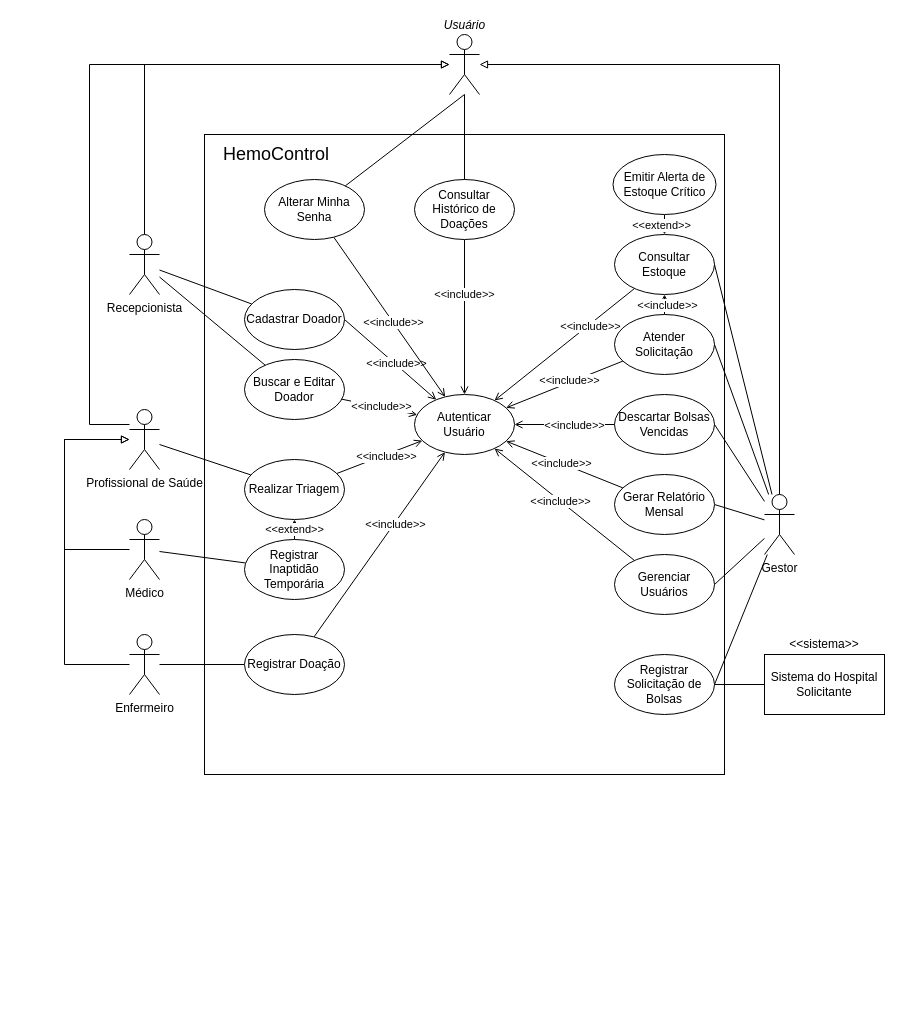
This is docs/casos-de-uso.drawio from Grabiie/hemocontrol, a draw.io file, before an edit. Source tidied: cells renumbered, new cells numbered last; positions are measured from the earlier drawing's top-left corner, leaving out a move shared by most shapes. Both pictures are drawn from the tidied source at 100%, with x=0, y=0 at pixel (64, 34).
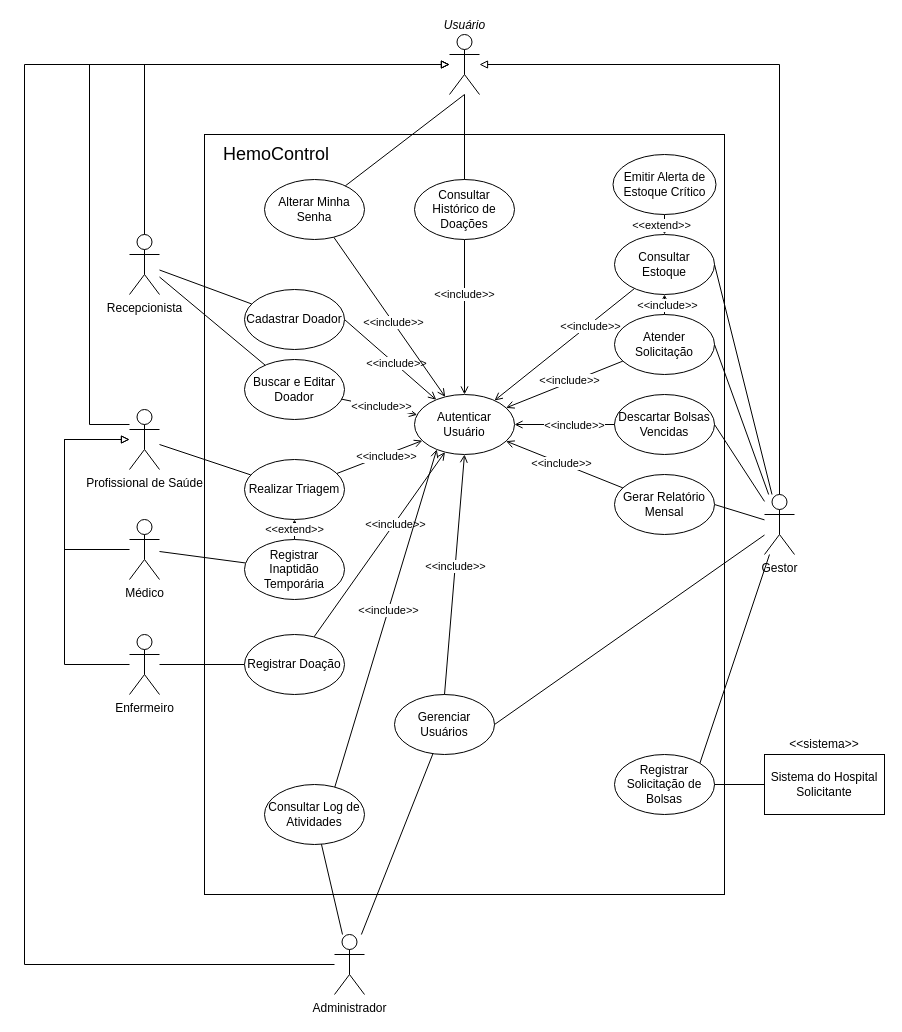
The same page after the edit.

Commit message (it also covers changes not shown here):
docs: adiciona RF-16, RNF-07, RN-12 e o Administrador nos diagramas

Unchanged cells that the change refers to:
```xml
<mxCell id="9" value="Gestor " style="shape=umlActor;verticalLabelPosition=bottom;verticalAlign=top;html=1;outlineConnect=0;labelPerimeter=1;" parent="1" vertex="1">
  <mxGeometry x="700" y="460" width="30" height="60" as="geometry" />
</mxCell>
<mxCell id="39" value="Autenticar Usuário" style="ellipse;whiteSpace=wrap;html=1;shapeInside=1;" parent="1" vertex="1">
  <mxGeometry x="350" y="360" width="100" height="60" as="geometry" />
</mxCell>
<mxCell id="65" value="Usuário" style="shape=umlActor;html=1;outlineConnect=0;labelPerimeter=1;verticalLabelPosition=top;verticalAlign=bottom;fontStyle=2;" parent="1" vertex="1">
  <mxGeometry x="385" width="30" height="60" as="geometry" />
</mxCell>
```

Change to the diagram source:
```diff
@@
     <mxCell id="2" style="rounded=0;whiteSpace=wrap;html=1;" parent="1" vertex="1">
-      <mxGeometry x="140" y="100" width="520" height="640" as="geometry" />
+      <mxGeometry x="140" y="100" width="520" height="760" as="geometry" />
     </mxCell>
@@
-    <mxCell id="25" style="rounded=0;jettySize=auto;html=1;defaultLabelBackgroundColor=page;endArrow=none;endFill=0;exitX=1;exitY=0.5;exitDx=0;exitDy=0;" parent="1" edge="1" source="26" target="9">
+    <mxCell id="25" style="rounded=0;jettySize=auto;html=1;defaultLabelBackgroundColor=page;endArrow=none;endFill=0;exitX=0.85;exitY=0.15;exitDx=0;exitDy=0;" parent="1" edge="1" source="26" target="9">
       <mxGeometry relative="1" as="geometry" />
     </mxCell>
     <mxCell id="26" value="Registrar Solicitação de Bolsas" style="ellipse;whiteSpace=wrap;html=1;shapeInside=1;" parent="1" vertex="1">
-      <mxGeometry x="550" y="620" width="100" height="60" as="geometry" />
+      <mxGeometry x="550" y="720" width="100" height="60" as="geometry" />
     </mxCell>
@@
     <mxCell id="52" value="Sistema do Hospital Solicitante" style="rounded=0;whiteSpace=wrap;html=1;" parent="1" vertex="1">
-      <mxGeometry x="700" y="620" width="120" height="60" as="geometry" />
+      <mxGeometry x="700" y="720" width="120" height="60" as="geometry" />
     </mxCell>
     <mxCell id="53" value="&amp;lt;&amp;lt;sistema&amp;gt;&amp;gt;" style="text;html=1;whiteSpace=wrap;strokeColor=none;fillColor=none;align=center;verticalAlign=middle;rounded=0;" parent="1" vertex="1">
-      <mxGeometry x="730" y="595" width="60" height="30" as="geometry" />
+      <mxGeometry x="730" y="695" width="60" height="30" as="geometry" />
     </mxCell>
@@
     <mxCell id="61" value="Gerenciar Usuários" style="ellipse;whiteSpace=wrap;html=1;shapeInside=1;" parent="1" vertex="1">
-      <mxGeometry x="550" y="520" width="100" height="60" as="geometry" />
+      <mxGeometry x="330" y="660" width="100" height="60" as="geometry" />
     </mxCell>
@@
-    <mxCell id="63" style="rounded=0;jettySize=auto;html=1;defaultLabelBackgroundColor=page;flowAnimation=1;endArrow=open;endFill=0;" parent="1" edge="1" source="61" target="39">
+    <mxCell id="63" style="rounded=0;jettySize=auto;html=1;defaultLabelBackgroundColor=page;flowAnimation=1;endArrow=open;endFill=0;exitX=0.5;exitY=0;exitDx=0;exitDy=0;entryX=0.5;entryY=1;entryDx=0;entryDy=0;" parent="1" edge="1" source="61" target="39">
       <mxGeometry relative="1" as="geometry" />
     </mxCell>
@@
+    <mxCell id="74" value="Consultar Log de Atividades" style="ellipse;whiteSpace=wrap;html=1;shapeInside=1;" parent="1" vertex="1">
+      <mxGeometry x="200" y="750" width="100" height="60" as="geometry" />
+    </mxCell>
+    <mxCell id="75" style="rounded=0;jettySize=auto;html=1;defaultLabelBackgroundColor=page;flowAnimation=1;endArrow=open;endFill=0;exitX=0.7;exitY=0.05;exitDx=0;exitDy=0;entryX=0.2;entryY=0.95;entryDx=0;entryDy=0;" parent="1" edge="1" source="74" target="39">
+      <mxGeometry relative="1" as="geometry" />
+    </mxCell>
+    <mxCell id="76" value="&amp;lt;&amp;lt;include&amp;gt;&amp;gt;" style="edgeLabel;html=1;align=center;verticalAlign=middle;inheritText=1;defaultLabelBackgroundColor=page;" parent="75" vertex="1">
+      <mxGeometry x="0.05" relative="1" as="geometry" />
+    </mxCell>
+    <mxCell id="77" value="Administrador" style="shape=umlActor;verticalLabelPosition=bottom;verticalAlign=top;html=1;outlineConnect=0;labelPerimeter=1;" parent="1" vertex="1">
+      <mxGeometry x="270" y="900" width="30" height="60" as="geometry" />
+    </mxCell>
+    <mxCell id="78" style="rounded=0;jettySize=auto;html=1;defaultLabelBackgroundColor=page;endArrow=none;endFill=0;" parent="1" edge="1" source="77" target="74">
+      <mxGeometry relative="1" as="geometry" />
+    </mxCell>
+    <mxCell id="79" style="rounded=0;jettySize=auto;html=1;defaultLabelBackgroundColor=page;endArrow=none;endFill=0;" parent="1" edge="1" source="77" target="61">
+      <mxGeometry relative="1" as="geometry" />
+    </mxCell>
+    <mxCell id="80" style="rounded=0;jettySize=auto;html=1;defaultLabelBackgroundColor=page;endArrow=block;endFill=0;exitX=0;exitY=0.5;exitDx=0;exitDy=0;entryX=0;entryY=0.5;entryDx=0;entryDy=0;" parent="1" edge="1" source="77" target="65">
+      <mxGeometry relative="1" as="geometry">
+        <Array as="points">
+          <mxPoint x="-40" y="930" />
+          <mxPoint x="-40" y="30" />
+        </Array>
+      </mxGeometry>
+    </mxCell>
```
